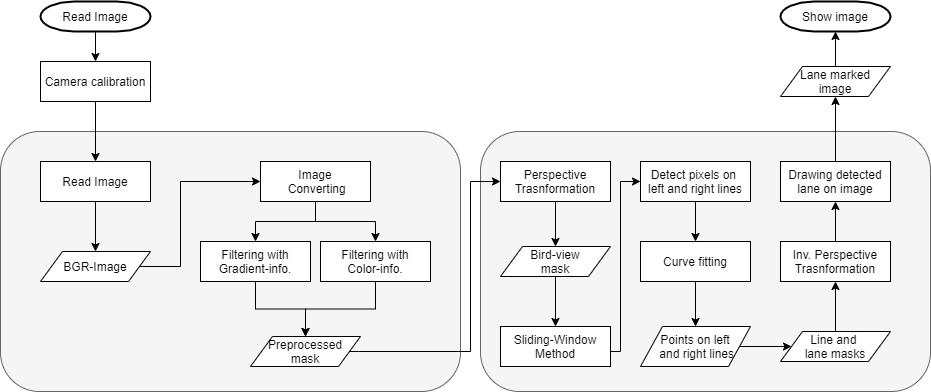
Above: Flow_Charts/Structure.png in Duseob-Song/Computer-Visoin (draw.io), before the change. Source tidied: cells renumbered, new cells last; positions are measured from the earlier drawing's top-left corner, leaving out a move shared by most shapes.
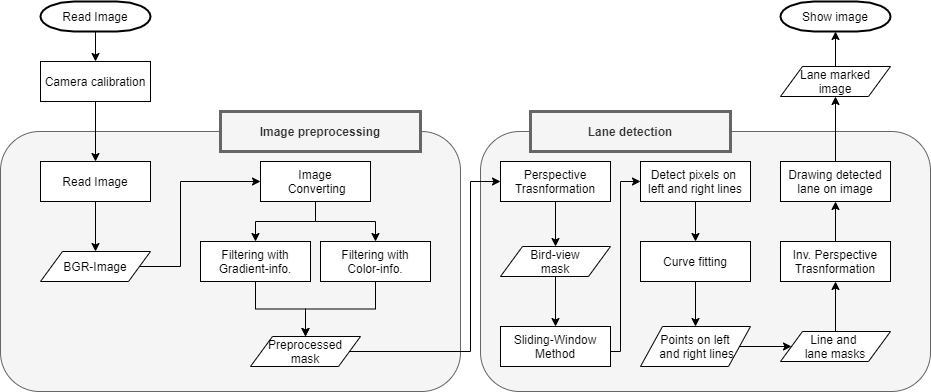
The same file after the commit.

Diff of the diagram source:
```diff
@@ -137,5 +137,11 @@
     <mxCell id="41" value="Camera calibration" style="rounded=0;whiteSpace=wrap;html=1;" parent="1" vertex="1">
       <mxGeometry x="40" y="60" width="110" height="40" as="geometry" />
     </mxCell>
+    <mxCell id="42" value="Image preprocessing" style="rounded=0;whiteSpace=wrap;html=1;fillColor=#f5f5f5;strokeColor=#666666;fontColor=#333333;strokeWidth=3;fontStyle=1;" parent="1" vertex="1">
+      <mxGeometry x="220" y="110" width="200" height="40" as="geometry" />
+    </mxCell>
+    <mxCell id="43" value="Lane detection" style="rounded=0;whiteSpace=wrap;html=1;fillColor=#f5f5f5;strokeColor=#666666;fontColor=#333333;strokeWidth=3;fontStyle=1;" parent="1" vertex="1">
+      <mxGeometry x="530" y="110" width="200" height="40" as="geometry" />
+    </mxCell>
   </root>
 </mxGraphModel>
```
